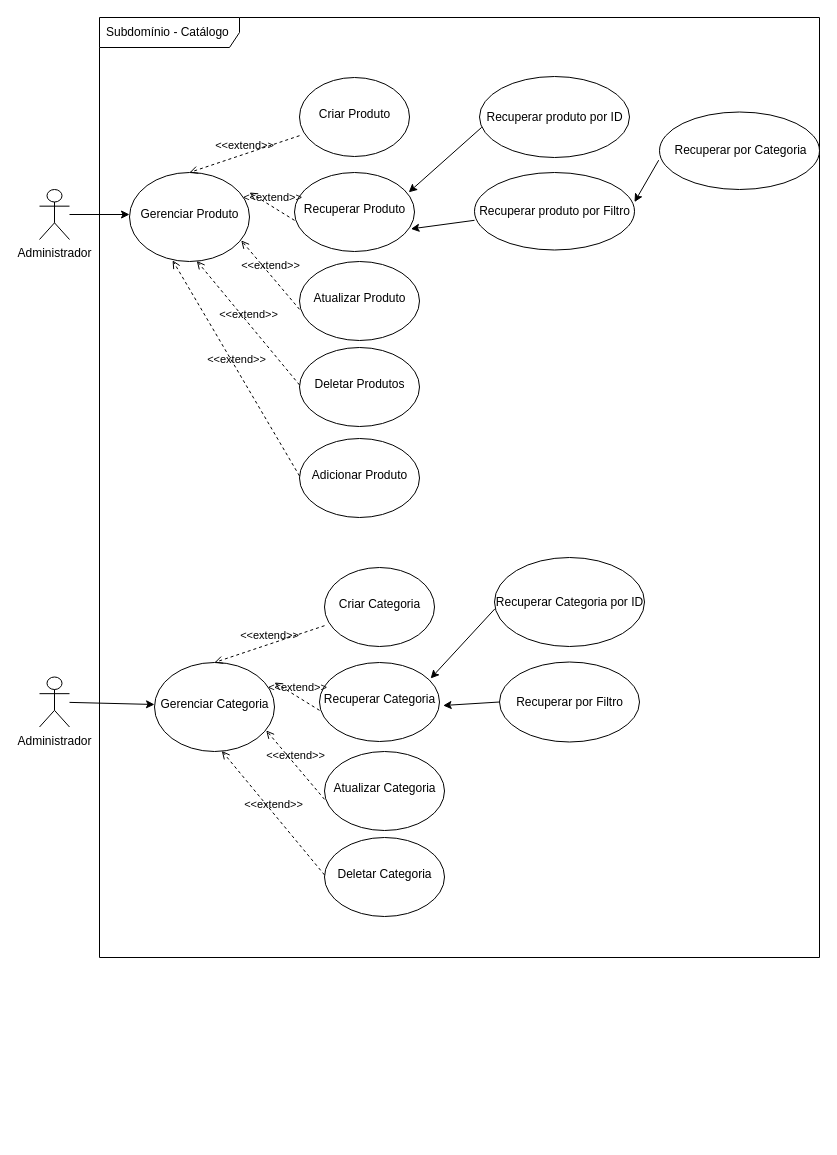
Earlier version of the draw.io diagram page "Subdomínio - Catálogo" (2 of 2) of requirements/ecommerce-use-case.drawio (EvilazioNeto/ecommerce-node-api). Source tidied: cells renumbered, new cells numbered last; positions are measured from the earlier drawing's top-left corner, leaving out a move shared by most shapes. Both pictures are drawn from the tidied source at 100%, with x=0, y=0 at pixel (39, 17).
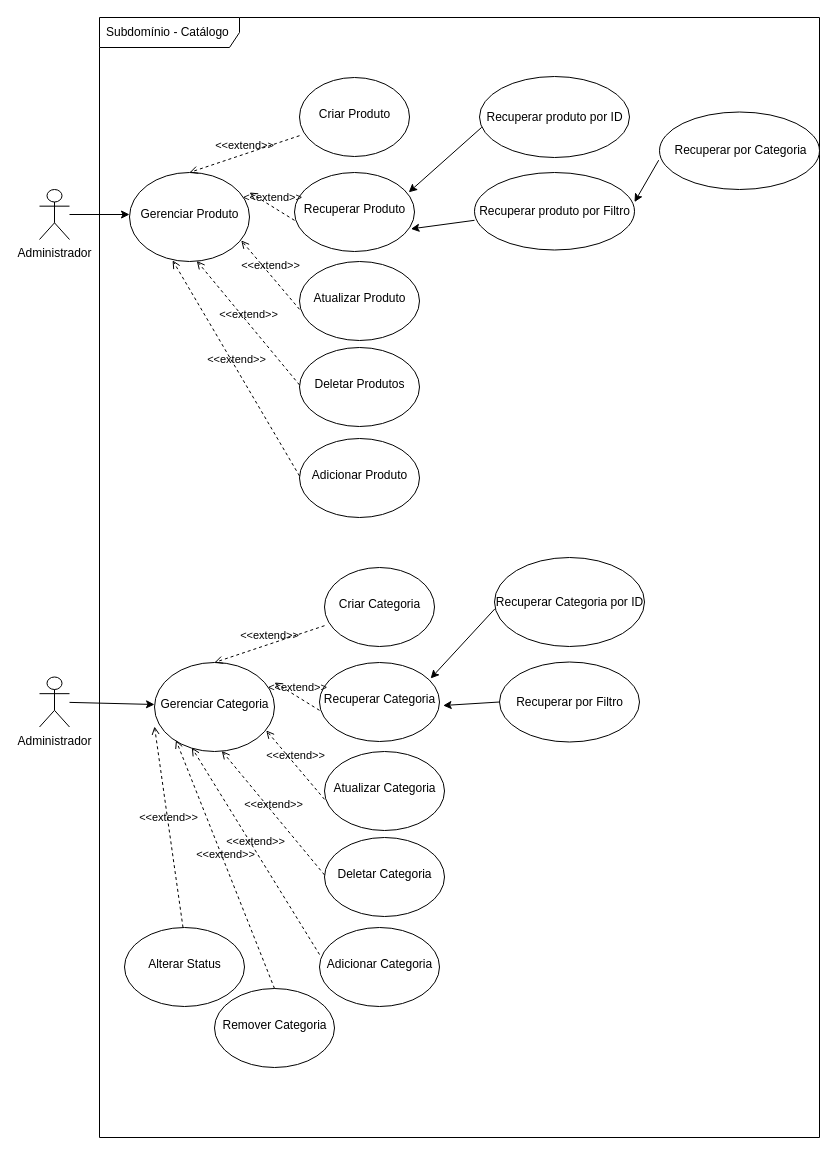
The same page after the edit.

The change refers to these unchanged cells:
```xml
<mxCell id="27" style="shape=ellipse;horizontal=1;html=1;dashed=0;" parent="1" vertex="1">
  <mxGeometry x="115" y="645" width="120" height="89" as="geometry" />
</mxCell>
<mxCell id="28" value="Gerenciar Categoria" style="text;html=1;align=center;verticalAlign=middle;fillColor=none;strokeColor=none;" parent="27" vertex="1">
  <mxGeometry y="20" width="120" height="44" as="geometry" />
</mxCell>
```

What changed in the source:
```diff
@@
     <mxCell id="4" value="Subdomínio - Catálogo" style="shape=umlFrame;whiteSpace=wrap;html=1;width=140;height=30;boundedLbl=1;verticalAlign=middle;align=left;spacingLeft=5;" parent="1" vertex="1">
-      <mxGeometry x="60" width="720" height="940" as="geometry" />
+      <mxGeometry x="60" width="720" height="1120" as="geometry" />
     </mxCell>
@@
+    <mxCell id="53" style="shape=ellipse;horizontal=1;html=1;dashed=0;" parent="1" vertex="1">
+      <mxGeometry x="280" y="910" width="120" height="79" as="geometry" />
+    </mxCell>
+    <mxCell id="54" value="Adicionar Categoria" style="text;html=1;align=center;verticalAlign=middle;fillColor=none;strokeColor=none;" parent="53" vertex="1">
+      <mxGeometry y="16.7" width="120" height="41.5" as="geometry" />
+    </mxCell>
+    <mxCell id="55" value="&amp;lt;&amp;lt;extend&amp;gt;&amp;gt;" style="html=1;verticalAlign=bottom;labelBackgroundColor=none;endArrow=open;endFill=0;dashed=1;exitX=0;exitY=0.5;exitDx=0;exitDy=0;entryX=0.311;entryY=0.957;entryDx=0;entryDy=0;entryPerimeter=0;" parent="1" edge="1" target="27">
+      <mxGeometry relative="1" as="geometry">
+        <mxPoint x="280" y="937" as="sourcePoint" />
+      </mxGeometry>
+    </mxCell>
+    <mxCell id="56" style="shape=ellipse;horizontal=1;html=1;dashed=0;" parent="1" vertex="1">
+      <mxGeometry x="175" y="971" width="120" height="79" as="geometry" />
+    </mxCell>
+    <mxCell id="57" value="Remover Categoria" style="text;html=1;align=center;verticalAlign=middle;fillColor=none;strokeColor=none;" parent="56" vertex="1">
+      <mxGeometry y="16.7" width="120" height="41.5" as="geometry" />
+    </mxCell>
+    <mxCell id="58" value="&amp;lt;&amp;lt;extend&amp;gt;&amp;gt;" style="html=1;verticalAlign=bottom;labelBackgroundColor=none;endArrow=open;endFill=0;dashed=1;exitX=0.5;exitY=0;exitDx=0;exitDy=0;entryX=0.179;entryY=0.873;entryDx=0;entryDy=0;entryPerimeter=0;" parent="1" edge="1" source="56" target="27">
+      <mxGeometry relative="1" as="geometry" />
+    </mxCell>
+    <mxCell id="59" style="shape=ellipse;horizontal=1;html=1;dashed=0;" parent="1" vertex="1">
+      <mxGeometry x="85" y="910" width="120" height="79" as="geometry" />
+    </mxCell>
+    <mxCell id="60" value="Alterar Status" style="text;html=1;align=center;verticalAlign=middle;fillColor=none;strokeColor=none;" parent="59" vertex="1">
+      <mxGeometry y="16.7" width="120" height="41.5" as="geometry" />
+    </mxCell>
+    <mxCell id="61" value="&amp;lt;&amp;lt;extend&amp;gt;&amp;gt;" style="html=1;verticalAlign=bottom;labelBackgroundColor=none;endArrow=open;endFill=0;dashed=1;exitX=0.5;exitY=0;exitDx=0;exitDy=0;entryX=0;entryY=1;entryDx=0;entryDy=0;" parent="1" edge="1" target="28">
+      <mxGeometry relative="1" as="geometry">
+        <mxPoint x="143.5" y="910" as="sourcePoint" />
+      </mxGeometry>
+    </mxCell>
```
